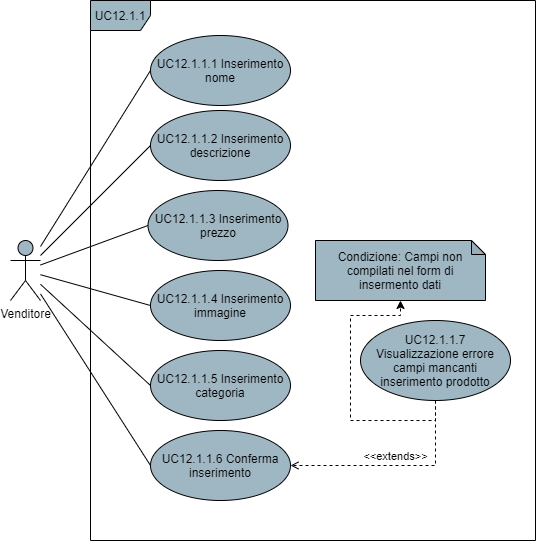
Earlier version of the draw.io export DocumentazioneEsterna/AnalisiDeiRequisiti/res/UseCase/Immagini/InserimentoProdotto.png (Omicron-Team/Documentazione). Source tidied: cells renumbered, new cells last; positions are measured from the earlier drawing's top-left corner, leaving out a move shared by most shapes.
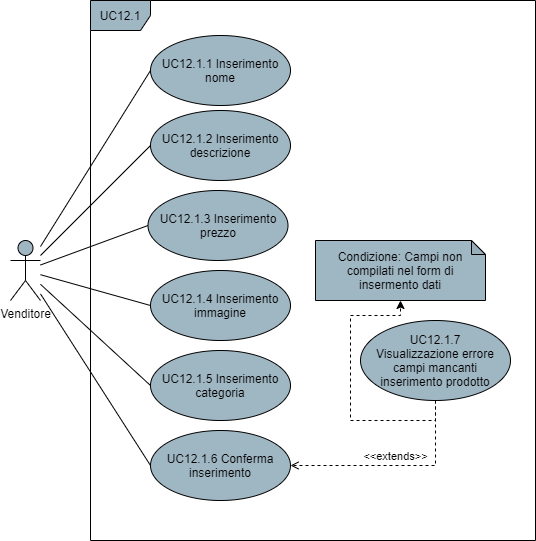
After the commit.

What changed in the source:
```diff
@@ -20,28 +20,28 @@
     <mxCell id="7" value="Venditore" style="shape=umlActor;verticalLabelPosition=bottom;verticalAlign=top;html=1;fillColor=#9FB6C3;" parent="1" vertex="1">
       <mxGeometry y="240" width="30" height="60" as="geometry" />
     </mxCell>
-    <mxCell id="8" value="UC12.1.1" style="shape=umlFrame;whiteSpace=wrap;html=1;fillColor=#9FB6C3;" parent="1" vertex="1">
+    <mxCell id="8" value="UC12.1" style="shape=umlFrame;whiteSpace=wrap;html=1;fillColor=#9FB6C3;" parent="1" vertex="1">
       <mxGeometry x="80" width="445" height="540" as="geometry" />
     </mxCell>
-    <mxCell id="9" value="UC12.1.1.1 Inserimento nome" style="ellipse;whiteSpace=wrap;html=1;fillColor=#9FB6C3;" parent="1" vertex="1">
+    <mxCell id="9" value="UC12.1.1 Inserimento nome" style="ellipse;whiteSpace=wrap;html=1;fillColor=#9FB6C3;" parent="1" vertex="1">
       <mxGeometry x="140" y="35" width="140" height="70" as="geometry" />
     </mxCell>
-    <mxCell id="10" value="UC12.1.1.2 Inserimento descrizione" style="ellipse;whiteSpace=wrap;html=1;fillColor=#9FB6C3;" parent="1" vertex="1">
+    <mxCell id="10" value="UC12.1.2 Inserimento descrizione" style="ellipse;whiteSpace=wrap;html=1;fillColor=#9FB6C3;" parent="1" vertex="1">
       <mxGeometry x="140" y="110" width="140" height="70" as="geometry" />
     </mxCell>
-    <mxCell id="11" value="UC12.1.1.3 Inserimento prezzo" style="ellipse;whiteSpace=wrap;html=1;fillColor=#9FB6C3;" parent="1" vertex="1">
+    <mxCell id="11" value="UC12.1.3 Inserimento prezzo" style="ellipse;whiteSpace=wrap;html=1;fillColor=#9FB6C3;" parent="1" vertex="1">
       <mxGeometry x="137.5" y="190" width="140" height="70" as="geometry" />
     </mxCell>
-    <mxCell id="12" value="UC12.1.1.4 Inserimento immagine" style="ellipse;whiteSpace=wrap;html=1;fillColor=#9FB6C3;" parent="1" vertex="1">
+    <mxCell id="12" value="UC12.1.4 Inserimento immagine" style="ellipse;whiteSpace=wrap;html=1;fillColor=#9FB6C3;" parent="1" vertex="1">
       <mxGeometry x="140" y="270" width="140" height="70" as="geometry" />
     </mxCell>
-    <mxCell id="13" value="UC12.1.1.6 Conferma inserimento" style="ellipse;whiteSpace=wrap;html=1;fillColor=#9FB6C3;" parent="1" vertex="1">
+    <mxCell id="13" value="UC12.1.6 Conferma inserimento" style="ellipse;whiteSpace=wrap;html=1;fillColor=#9FB6C3;" parent="1" vertex="1">
       <mxGeometry x="140" y="430" width="140" height="70" as="geometry" />
     </mxCell>
     <mxCell id="14" value="&amp;lt;&amp;lt;extends&amp;gt;&amp;gt;" style="edgeStyle=orthogonalEdgeStyle;rounded=0;jettySize=auto;html=1;exitX=0.5;exitY=1;exitDx=0;exitDy=0;entryX=1;entryY=0.5;entryDx=0;entryDy=0;endArrow=open;endFill=0;dashed=1;verticalAlign=bottom;align=center;" parent="1" edge="1" source="15" target="13">
       <mxGeometry relative="1" as="geometry" />
     </mxCell>
-    <mxCell id="15" value="UC12.1.1.7 Visualizzazione&amp;nbsp;errore campi mancanti inserimento&amp;nbsp;prodotto" style="ellipse;whiteSpace=wrap;html=1;fillColor=#9FB6C3;" parent="1" vertex="1">
+    <mxCell id="15" value="UC12.1.7 Visualizzazione&amp;nbsp;errore campi mancanti inserimento&amp;nbsp;prodotto" style="ellipse;whiteSpace=wrap;html=1;fillColor=#9FB6C3;" parent="1" vertex="1">
       <mxGeometry x="350" y="320" width="150" height="80" as="geometry" />
     </mxCell>
     <mxCell id="16" value="Condizione: Campi non compilati&amp;nbsp;nel form di insermento dati" style="shape=note;whiteSpace=wrap;html=1;backgroundOutline=1;darkOpacity=0.05;size=14;fillColor=#9FB6C3;" parent="1" vertex="1">
@@ -57,7 +57,7 @@
         </Array>
       </mxGeometry>
     </mxCell>
-    <mxCell id="18" value="UC12.1.1.5 Inserimento categoria" style="ellipse;whiteSpace=wrap;html=1;fillColor=#9FB6C3;" parent="1" vertex="1">
+    <mxCell id="18" value="UC12.1.5 Inserimento categoria" style="ellipse;whiteSpace=wrap;html=1;fillColor=#9FB6C3;" parent="1" vertex="1">
       <mxGeometry x="140" y="350" width="140" height="70" as="geometry" />
     </mxCell>
     <mxCell id="19" style="endArrow=none;html=1;exitX=0;exitY=0.5;exitDx=0;exitDy=0;" parent="1" edge="1" source="18" target="7">
```
